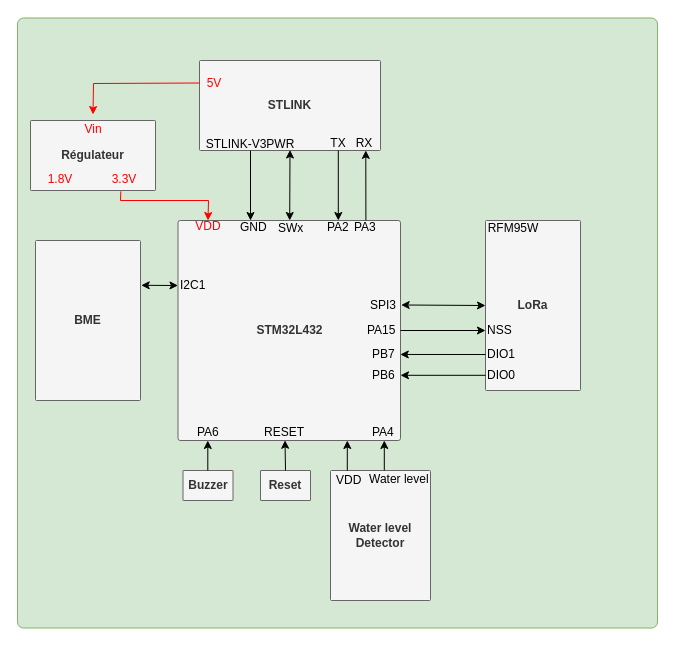
senaalem/projet-iot keeps this draw.io diagram as synoptique.drawio. Above is the earlier version. Source tidied: cells renumbered, new cells numbered last; positions are measured from the earlier drawing's top-left corner, leaving out a move shared by most shapes. Both pictures are drawn from the tidied source at 100%, with x=0, y=0 at pixel (17, 18).
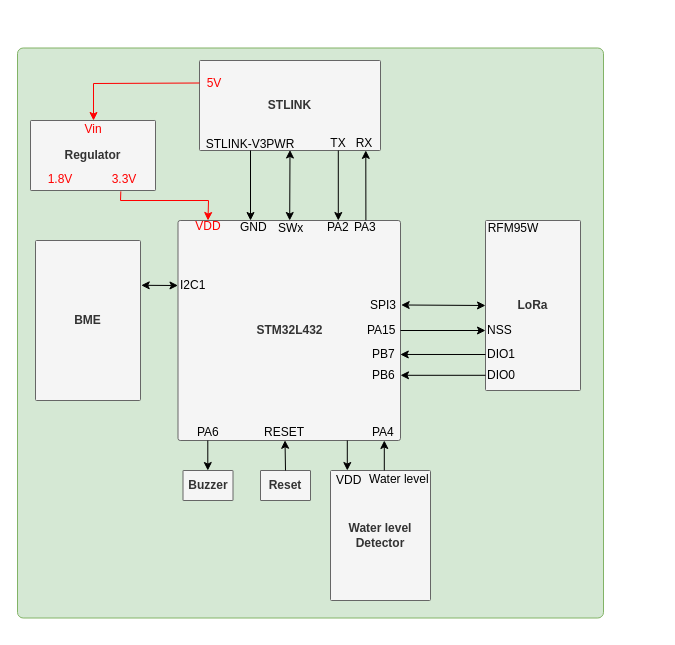
The same page after the edit.

Commit message (it also covers changes not shown here):
ajustements synoptiques

Unchanged cells that the change refers to:
```xml
<mxCell id="3" value="&lt;b&gt;STLINK&lt;/b&gt;" style="rounded=1;whiteSpace=wrap;html=1;arcSize=1;fillColor=#f5f5f5;fontColor=#333333;strokeColor=#666666;" parent="1" vertex="1">
  <mxGeometry x="182" y="42" width="181" height="90" as="geometry" />
</mxCell>
<mxCell id="8" value="&lt;font style=&quot;color: rgb(255, 0, 0);&quot;&gt;Vin&lt;/font&gt;" style="text;html=1;align=center;verticalAlign=middle;whiteSpace=wrap;rounded=0;" parent="1" vertex="1">
  <mxGeometry x="45.5" y="96" width="60" height="30" as="geometry" />
</mxCell>
```

Diff of the diagram source:
```diff
@@
     <mxCell id="2" style="rounded=1;whiteSpace=wrap;html=1;arcSize=1;fillColor=#d5e8d4;strokeColor=#82b366;" parent="1" vertex="1">
-      <mxGeometry y="-0.5" width="640" height="610" as="geometry" />
+      <mxGeometry y="29.5" width="586" height="570" as="geometry" />
     </mxCell>
@@
-    <mxCell id="6" value="&lt;b&gt;Régulateur&lt;/b&gt;" style="rounded=1;whiteSpace=wrap;html=1;arcSize=1;fillColor=#f5f5f5;fontColor=#333333;strokeColor=#666666;" parent="1" vertex="1">
+    <mxCell id="6" value="&lt;b&gt;Regulator&lt;/b&gt;" style="rounded=1;whiteSpace=wrap;html=1;arcSize=1;fillColor=#f5f5f5;fontColor=#333333;strokeColor=#666666;" parent="1" vertex="1">
       <mxGeometry x="13" y="102" width="125" height="70" as="geometry" />
     </mxCell>
@@
-    <mxCell id="11" style="endArrow=classic;html=1;rounded=0;entryX=0.5;entryY=0;entryDx=0;entryDy=0;exitX=0;exitY=0.25;exitDx=0;exitDy=0;strokeColor=light-dark(#FF0000,#FFFFFF);" parent="1" edge="1" source="3" target="8">
+    <mxCell id="11" style="endArrow=classic;html=1;rounded=0;exitX=0;exitY=0.25;exitDx=0;exitDy=0;strokeColor=light-dark(#FF0000,#FFFFFF);" parent="1" edge="1" source="3">
       <mxGeometry relative="1" as="geometry">
+        <mxPoint x="76" y="102" as="targetPoint" />
         <Array as="points">
           <mxPoint x="76" y="65" />
         </Array>
       </mxGeometry>
     </mxCell>
@@
-    <mxCell id="43" style="endArrow=classic;html=1;rounded=0;exitX=0.5;exitY=0;exitDx=0;exitDy=0;entryX=0.481;entryY=0.999;entryDx=0;entryDy=0;entryPerimeter=0;" parent="1" edge="1">
+    <mxCell id="43" style="endArrow=none;html=1;rounded=0;exitX=0.5;exitY=0;exitDx=0;exitDy=0;entryX=0.481;entryY=0.999;entryDx=0;entryDy=0;entryPerimeter=0;startArrow=classic;startFill=1;endFill=0;" parent="1" edge="1">
       <mxGeometry relative="1" as="geometry">
         <mxPoint x="190.3" y="452" as="sourcePoint" />
         <mxPoint x="190.3" y="422" as="targetPoint" />
       </mxGeometry>
     </mxCell>
@@
-    <mxCell id="48" style="endArrow=classic;html=1;rounded=0;exitX=0.5;exitY=0;exitDx=0;exitDy=0;entryX=0.481;entryY=0.999;entryDx=0;entryDy=0;entryPerimeter=0;" parent="1" edge="1">
+    <mxCell id="48" style="endArrow=none;html=1;rounded=0;exitX=0.5;exitY=0;exitDx=0;exitDy=0;entryX=0.481;entryY=0.999;entryDx=0;entryDy=0;entryPerimeter=0;startArrow=classic;startFill=1;endFill=0;" parent="1" edge="1">
       <mxGeometry relative="1" as="geometry">
         <mxPoint x="329.8" y="452" as="sourcePoint" />
         <mxPoint x="329.8" y="422" as="targetPoint" />
       </mxGeometry>
     </mxCell>
```
